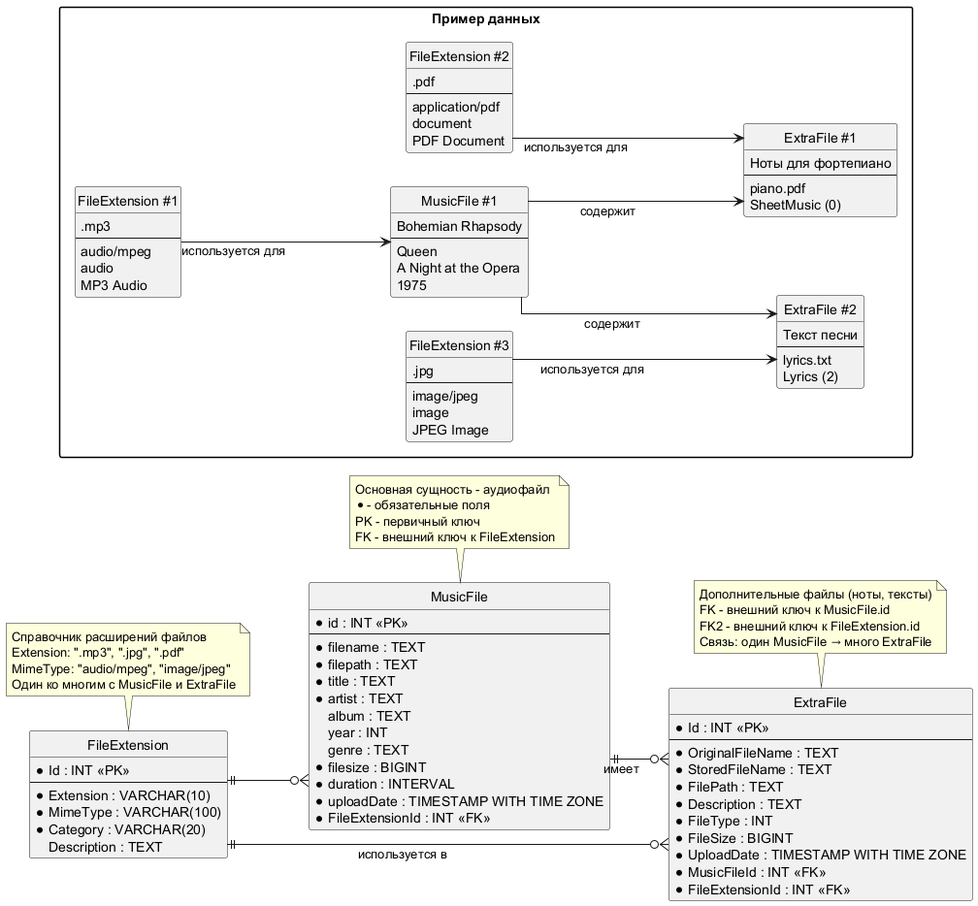
Above: Docs/MusicDatabaseSchema.png in vaClev/MusicPlayer (PlantUML), before the change.
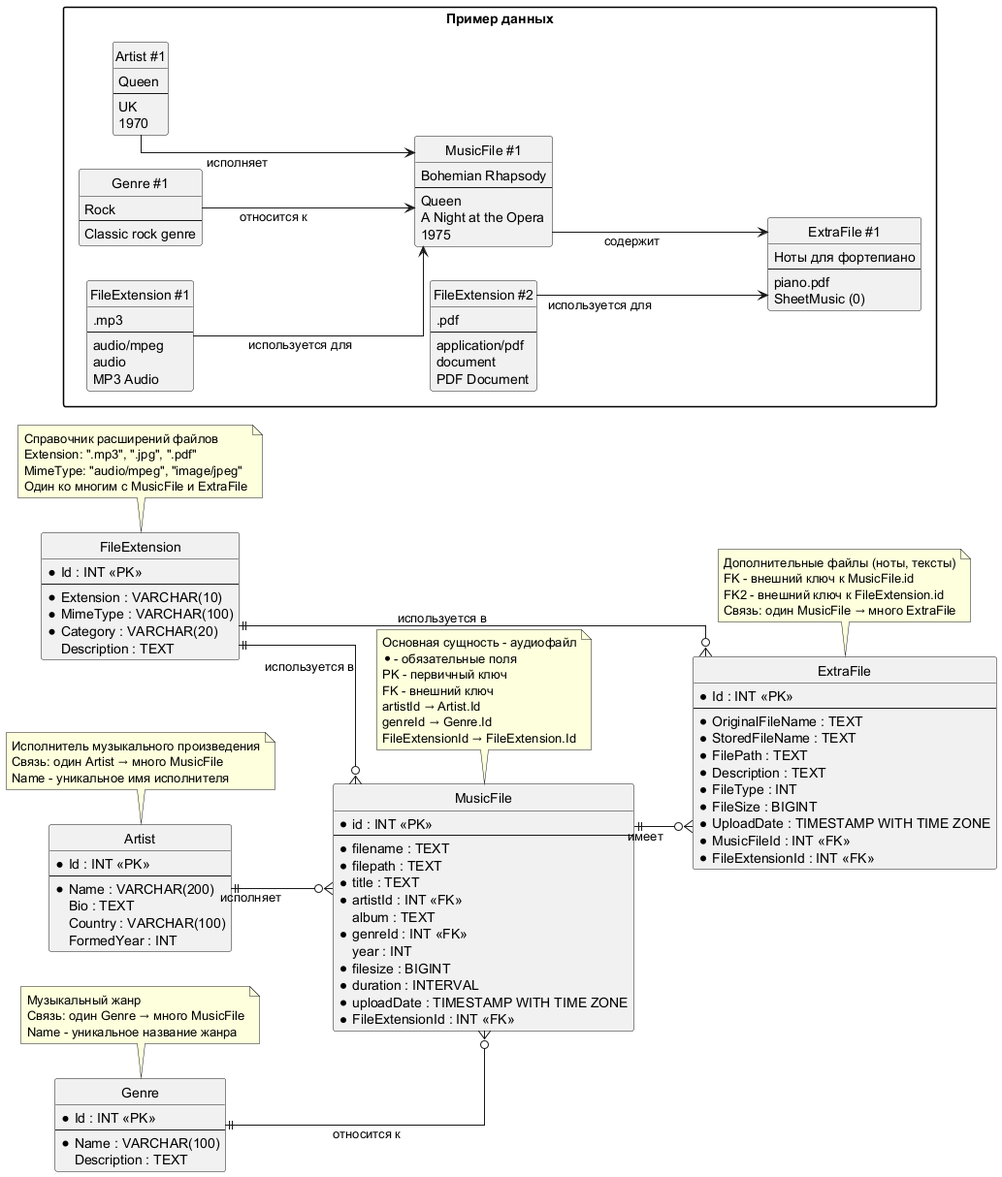
Later version of the same file.

Commit message:
Добавлена схема БД

Change to the diagram source:
```diff
@@ -11,14 +11,30 @@
   * filename : TEXT
   * filepath : TEXT
   * title : TEXT
-  * artist : TEXT
+  * artistId : INT <<FK>>
   album : TEXT
+  * genreId : INT <<FK>>
   year : INT
-  genre : TEXT
   * filesize : BIGINT
   * duration : INTERVAL
   * uploadDate : TIMESTAMP WITH TIME ZONE
   * FileExtensionId : INT <<FK>>
+}
+
+entity Artist {
+  * Id : INT <<PK>>
+  --
+  * Name : VARCHAR(200)
+  Bio : TEXT
+  Country : VARCHAR(100)
+  FormedYear : INT
+}
+
+entity Genre {
+  * Id : INT <<PK>>
+  --
+  * Name : VARCHAR(100)
+  Description : TEXT
 }
 
 entity ExtraFile {
@@ -44,15 +60,32 @@
   Description : TEXT
 }
 
+Artist ||--o{ MusicFile : "исполняет"
+Genre ||--o{ MusicFile : "относится к"
 MusicFile ||--o{ ExtraFile : "имеет"
-FileExtension ||--o{ MusicFile
+FileExtension ||--o{ MusicFile : "используется в"
 FileExtension ||--o{ ExtraFile : "используется в"
 
 note top of MusicFile
   Основная сущность - аудиофайл
   * - обязательные поля
   PK - первичный ключ
-  FK - внешний ключ к FileExtension
+  FK - внешний ключ
+  artistId → Artist.Id
+  genreId → Genre.Id
+  FileExtensionId → FileExtension.Id
+end note
+
+note top of Artist
+  Исполнитель музыкального произведения
+  Связь: один Artist → много MusicFile
+  Name - уникальное имя исполнителя
+end note
+
+note top of Genre
+  Музыкальный жанр
+  Связь: один Genre → много MusicFile
+  Name - уникальное название жанра
 end note
 
 note top of ExtraFile
@@ -70,7 +103,20 @@
 end note
 
 package "Пример данных" {
-   entity "FileExtension #1" as FE1 {
+  entity "Artist #1" as AR1 {
+    Queen
+    --
+    UK
+    1970
+  }
+
+  entity "Genre #1" as GR1 {
+    Rock
+    --
+    Classic rock genre
+  }
+
+  entity "FileExtension #1" as FE1 {
     .mp3
     --
     audio/mpeg
@@ -86,13 +132,6 @@
     PDF Document
   }
 
-  entity "FileExtension #3" as FE3 {
-    .jpg
-    --
-    image/jpeg
-    image
-    JPEG Image
-  }
 
   entity "MusicFile #1" as MF1 {
     Bohemian Rhapsody
@@ -102,6 +141,7 @@
     1975
   }
 
+
   entity "ExtraFile #1" as EF1 {
     Ноты для фортепиано
     --
@@ -109,19 +149,13 @@
     SheetMusic (0)
   }
 
-  entity "ExtraFile #2" as EF2 {
-    Текст песни
-    --
-    lyrics.txt
-    Lyrics (2)
-  }
+
 }
 
+AR1 --> MF1 : исполняет
+GR1 --> MF1 : относится к
 FE1 --> MF1 : используется для
 MF1 --> EF1 : содержит
-MF1 --> EF2 : содержит
 FE2 --> EF1 : используется для
-FE3 --> EF2 : используется для
-
 
 @enduml
```
